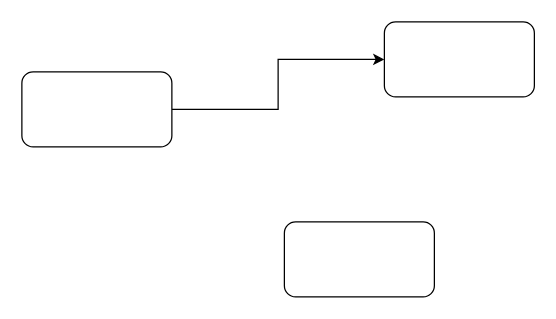
Earlier version of the draw.io diagram files/test.drawio (ouyangjunyi/drawio). Source tidied: cells renumbered, new cells numbered last; positions are measured from the earlier drawing's top-left corner, leaving out a move shared by most shapes. Both pictures are drawn from the tidied source at 125%, with x=0, y=0 at pixel (21, 21).
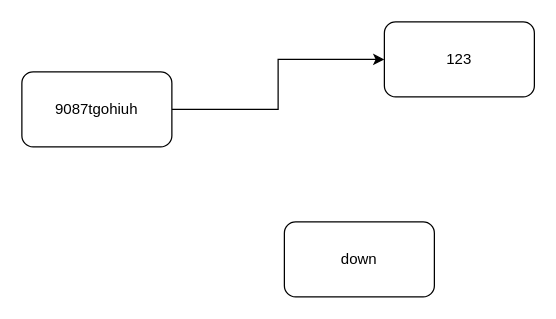
After the change.

The edit, as a diff of the source:
```diff
@@
 <mxGraphModel>
   <root>
     <mxCell id="0" />
     <mxCell id="1" parent="0" />
     <mxCell id="2" style="edgeStyle=orthogonalEdgeStyle;rounded=0;jettySize=auto;html=1;" parent="1" edge="1" source="3" target="4">
       <mxGeometry relative="1" as="geometry" />
     </mxCell>
-    <mxCell id="3" style="rounded=1;whiteSpace=wrap;html=1;" parent="1" vertex="1">
+    <mxCell id="3" value="9087tgohiuh" style="rounded=1;whiteSpace=wrap;html=1;" parent="1" vertex="1">
       <mxGeometry y="40" width="120" height="60" as="geometry" />
     </mxCell>
-    <mxCell id="4" style="rounded=1;whiteSpace=wrap;html=1;" parent="1" vertex="1">
+    <mxCell id="4" value="123" style="rounded=1;whiteSpace=wrap;html=1;" parent="1" vertex="1">
       <mxGeometry x="290" width="120" height="60" as="geometry" />
     </mxCell>
-    <mxCell id="5" style="rounded=1;whiteSpace=wrap;html=1;" parent="1" vertex="1">
+    <mxCell id="5" value="down" style="rounded=1;whiteSpace=wrap;html=1;" parent="1" vertex="1">
       <mxGeometry x="210" y="160" width="120" height="60" as="geometry" />
     </mxCell>
   </root>
 </mxGraphModel>
```
